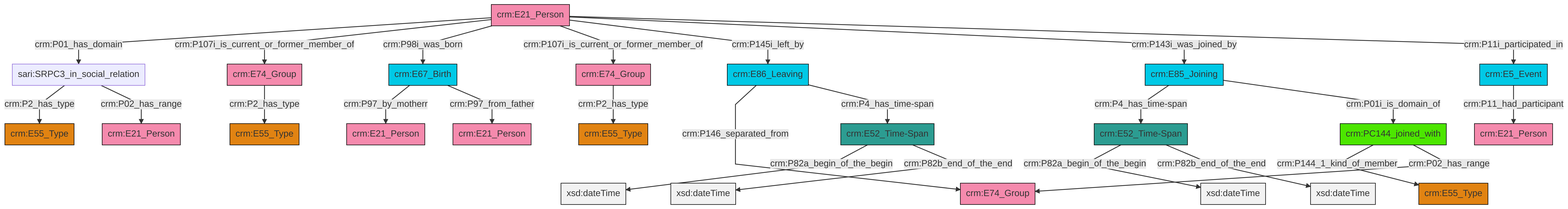
Before: et/personCSV/ttl/mmd/png/Person_Actor_Relations.png, a diagram exported from Mermaid (swiss-art-research-net/reference-data-models). Its source is kept beside it as et/personCSV/ttl/mmd/Person_Actor_Relations.ttl.mmd.
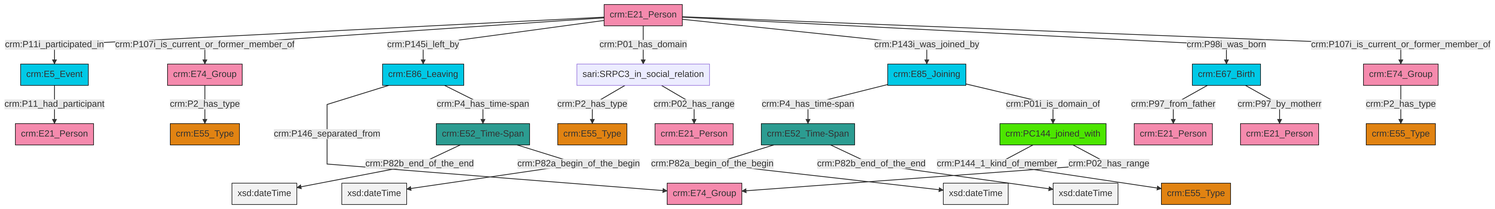
Later version of the same file.

The edit, as a diff of the source:
```diff
@@ -13,27 +13,27 @@
 classDef PC_Classes fill:#4ce600, stroke:#000000;
 classDef Multi fill:#cccccc,stroke:#000000;
 
-4["crm:PC144_joined_with"]:::PC_Classes -->|crm:P144_1_kind_of_member| 5["crm:E55_Type"]:::Type
-8["crm:E67_Birth"]:::Temporal_Entity -->|crm:P97_by_motherr| 9["crm:E21_Person"]:::Actor
-6["crm:E85_Joining"]:::Temporal_Entity -->|crm:P4_has_time-span| 10["crm:E52_Time-Span"]:::Time-Span
-11["crm:E21_Person"]:::Actor -->|crm:P01_has_domain| 12["sari:SRPC3_in_social_relation"]:::Default
-14["crm:E86_Leaving"]:::Temporal_Entity -->|crm:P146_separated_from| 15["crm:E74_Group"]:::Actor
-11["crm:E21_Person"]:::Actor -->|crm:P107i_is_current_or_former_member_of| 17["crm:E74_Group"]:::Actor
-10["crm:E52_Time-Span"]:::Time-Span -->|crm:P82a_begin_of_the_begin| 18[xsd:dateTime]:::Literal
-4["crm:PC144_joined_with"]:::PC_Classes -->|crm:P02_has_range| 15["crm:E74_Group"]:::Actor
-11["crm:E21_Person"]:::Actor -->|crm:P98i_was_born| 8["crm:E67_Birth"]:::Temporal_Entity
-11["crm:E21_Person"]:::Actor -->|crm:P107i_is_current_or_former_member_of| 23["crm:E74_Group"]:::Actor
-12["sari:SRPC3_in_social_relation"]:::Default -->|crm:P2_has_type| 25["crm:E55_Type"]:::Type
-14["crm:E86_Leaving"]:::Temporal_Entity -->|crm:P4_has_time-span| 26["crm:E52_Time-Span"]:::Time-Span
-26["crm:E52_Time-Span"]:::Time-Span -->|crm:P82a_begin_of_the_begin| 27[xsd:dateTime]:::Literal
-12["sari:SRPC3_in_social_relation"]:::Default -->|crm:P02_has_range| 29["crm:E21_Person"]:::Actor
-11["crm:E21_Person"]:::Actor -->|crm:P145i_left_by| 14["crm:E86_Leaving"]:::Temporal_Entity
-26["crm:E52_Time-Span"]:::Time-Span -->|crm:P82b_end_of_the_end| 33[xsd:dateTime]:::Literal
-8["crm:E67_Birth"]:::Temporal_Entity -->|crm:P97_from_father| 0["crm:E21_Person"]:::Actor
-6["crm:E85_Joining"]:::Temporal_Entity -->|crm:P01i_is_domain_of| 4["crm:PC144_joined_with"]:::PC_Classes
-11["crm:E21_Person"]:::Actor -->|crm:P143i_was_joined_by| 6["crm:E85_Joining"]:::Temporal_Entity
-23["crm:E74_Group"]:::Actor -->|crm:P2_has_type| 2["crm:E55_Type"]:::Type
-17["crm:E74_Group"]:::Actor -->|crm:P2_has_type| 30["crm:E55_Type"]:::Type
-10["crm:E52_Time-Span"]:::Time-Span -->|crm:P82b_end_of_the_end| 45[xsd:dateTime]:::Literal
-41["crm:E5_Event"]:::Temporal_Entity -->|crm:P11_had_participant| 39["crm:E21_Person"]:::Actor
-11["crm:E21_Person"]:::Actor -->|crm:P11i_participated_in| 41["crm:E5_Event"]:::Temporal_Entity
+0["crm:E67_Birth"]:::Temporal_Entity -->|crm:P97_from_father| 1["crm:E21_Person"]:::Actor
+9["crm:PC144_joined_with"]:::PC_Classes -->|crm:P144_1_kind_of_member| 7["crm:E55_Type"]:::Type
+10["crm:E52_Time-Span"]:::Time-Span -->|crm:P82a_begin_of_the_begin| 11[xsd:dateTime]:::Literal
+12["crm:E86_Leaving"]:::Temporal_Entity -->|crm:P146_separated_from| 2["crm:E74_Group"]:::Actor
+13["crm:E21_Person"]:::Actor -->|crm:P11i_participated_in| 15["crm:E5_Event"]:::Temporal_Entity
+17["sari:SRPC3_in_social_relation"]:::Default -->|crm:P2_has_type| 4["crm:E55_Type"]:::Type
+22["crm:E74_Group"]:::Actor -->|crm:P2_has_type| 23["crm:E55_Type"]:::Type
+24["crm:E85_Joining"]:::Temporal_Entity -->|crm:P4_has_time-span| 10["crm:E52_Time-Span"]:::Time-Span
+12["crm:E86_Leaving"]:::Temporal_Entity -->|crm:P4_has_time-span| 25["crm:E52_Time-Span"]:::Time-Span
+13["crm:E21_Person"]:::Actor -->|crm:P107i_is_current_or_former_member_of| 26["crm:E74_Group"]:::Actor
+25["crm:E52_Time-Span"]:::Time-Span -->|crm:P82b_end_of_the_end| 29[xsd:dateTime]:::Literal
+26["crm:E74_Group"]:::Actor -->|crm:P2_has_type| 20["crm:E55_Type"]:::Type
+13["crm:E21_Person"]:::Actor -->|crm:P145i_left_by| 12["crm:E86_Leaving"]:::Temporal_Entity
+13["crm:E21_Person"]:::Actor -->|crm:P01_has_domain| 17["sari:SRPC3_in_social_relation"]:::Default
+0["crm:E67_Birth"]:::Temporal_Entity -->|crm:P97_by_motherr| 34["crm:E21_Person"]:::Actor
+17["sari:SRPC3_in_social_relation"]:::Default -->|crm:P02_has_range| 18["crm:E21_Person"]:::Actor
+25["crm:E52_Time-Span"]:::Time-Span -->|crm:P82a_begin_of_the_begin| 36[xsd:dateTime]:::Literal
+15["crm:E5_Event"]:::Temporal_Entity -->|crm:P11_had_participant| 37["crm:E21_Person"]:::Actor
+24["crm:E85_Joining"]:::Temporal_Entity -->|crm:P01i_is_domain_of| 9["crm:PC144_joined_with"]:::PC_Classes
+13["crm:E21_Person"]:::Actor -->|crm:P143i_was_joined_by| 24["crm:E85_Joining"]:::Temporal_Entity
+13["crm:E21_Person"]:::Actor -->|crm:P98i_was_born| 0["crm:E67_Birth"]:::Temporal_Entity
+10["crm:E52_Time-Span"]:::Time-Span -->|crm:P82b_end_of_the_end| 42[xsd:dateTime]:::Literal
+13["crm:E21_Person"]:::Actor -->|crm:P107i_is_current_or_former_member_of| 22["crm:E74_Group"]:::Actor
+9["crm:PC144_joined_with"]:::PC_Classes -->|crm:P02_has_range| 2["crm:E74_Group"]:::Actor
```
